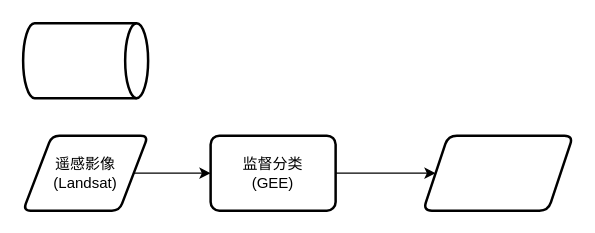
THRILLERLEMON/Draw.IO keeps this draw.io diagram as 未命名绘图.drawio. Above is the earlier version. Source tidied: cells renumbered, new cells numbered last; positions are measured from the earlier drawing's top-left corner, leaving out a move shared by most shapes. Both pictures are drawn from the tidied source at 125%, with x=0, y=0 at pixel (22, 22).
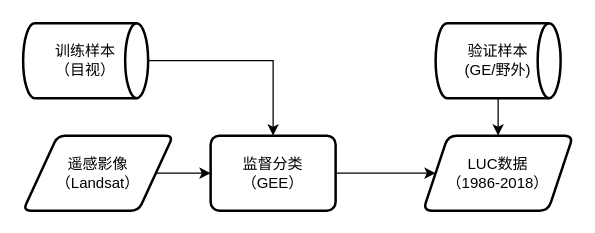
After the change.

Commit message (it also covers changes not shown here):
更新未命名绘图.drawio

Change to the diagram source:
```diff
@@
 <mxGraphModel>
   <root>
     <mxCell id="0" />
     <mxCell id="1" parent="0" />
     <mxCell id="2" style="edgeStyle=orthogonalEdgeStyle;rounded=0;jettySize=auto;html=1;exitX=1;exitY=0.5;exitDx=0;exitDy=0;" parent="1" edge="1" source="3" target="5">
       <mxGeometry relative="1" as="geometry" />
     </mxCell>
-    <mxCell id="3" value="遥感影像&lt;br&gt;(Landsat)" style="shape=parallelogram;html=1;strokeWidth=2;perimeter=parallelogramPerimeter;whiteSpace=wrap;rounded=1;arcSize=12;size=0.23;" parent="1" vertex="1">
-      <mxGeometry y="90" width="100" height="60" as="geometry" />
+    <mxCell id="3" value="遥感影像&lt;br&gt;（Landsat）" style="shape=parallelogram;html=1;strokeWidth=2;perimeter=parallelogramPerimeter;whiteSpace=wrap;rounded=1;arcSize=12;size=0.23;" parent="1" vertex="1">
+      <mxGeometry y="90" width="120" height="60" as="geometry" />
     </mxCell>
     <mxCell id="4" style="edgeStyle=orthogonalEdgeStyle;rounded=0;jettySize=auto;html=1;" parent="1" edge="1" source="5" target="6">
       <mxGeometry relative="1" as="geometry" />
     </mxCell>
-    <mxCell id="5" value="监督分类&lt;br&gt;(GEE)" style="rounded=1;whiteSpace=wrap;html=1;absoluteArcSize=1;arcSize=14;strokeWidth=2;" parent="1" vertex="1">
+    <mxCell id="5" value="监督分类&lt;br&gt;（GEE）" style="rounded=1;whiteSpace=wrap;html=1;absoluteArcSize=1;arcSize=14;strokeWidth=2;" parent="1" vertex="1">
       <mxGeometry x="150" y="90" width="100" height="60" as="geometry" />
     </mxCell>
-    <mxCell id="6" style="shape=parallelogram;perimeter=parallelogramPerimeter;whiteSpace=wrap;html=1;fixedSize=1;rounded=1;strokeWidth=2;arcSize=14;" parent="1" vertex="1">
+    <mxCell id="6" value="LUC数据&lt;br&gt;（1986-2018）" style="shape=parallelogram;perimeter=parallelogramPerimeter;whiteSpace=wrap;html=1;fixedSize=1;rounded=1;strokeWidth=2;arcSize=14;" parent="1" vertex="1">
       <mxGeometry x="320" y="90" width="120" height="60" as="geometry" />
     </mxCell>
+    <mxCell id="8" style="edgeStyle=orthogonalEdgeStyle;rounded=0;jettySize=auto;html=1;entryX=0.5;entryY=0;entryDx=0;entryDy=0;" parent="1" edge="1" source="7" target="5">
+      <mxGeometry relative="1" as="geometry" />
+    </mxCell>
-    <mxCell id="7" style="strokeWidth=2;html=1;shape=mxgraph.flowchart.direct_data;whiteSpace=wrap;" parent="1" vertex="1">
+    <mxCell id="7" value="训练样本&lt;br&gt;（目视）" style="strokeWidth=2;html=1;shape=mxgraph.flowchart.direct_data;whiteSpace=wrap;" parent="1" vertex="1">
       <mxGeometry width="100" height="60" as="geometry" />
     </mxCell>
+    <mxCell id="9" style="edgeStyle=orthogonalEdgeStyle;rounded=0;jettySize=auto;html=1;entryX=0.5;entryY=0;entryDx=0;entryDy=0;" parent="1" edge="1" source="10" target="6">
+      <mxGeometry relative="1" as="geometry" />
+    </mxCell>
+    <mxCell id="10" value="验证样本&lt;br&gt;(GE/野外)" style="strokeWidth=2;html=1;shape=mxgraph.flowchart.direct_data;whiteSpace=wrap;" parent="1" vertex="1">
+      <mxGeometry x="330" width="100" height="60" as="geometry" />
+    </mxCell>
   </root>
 </mxGraphModel>
```
